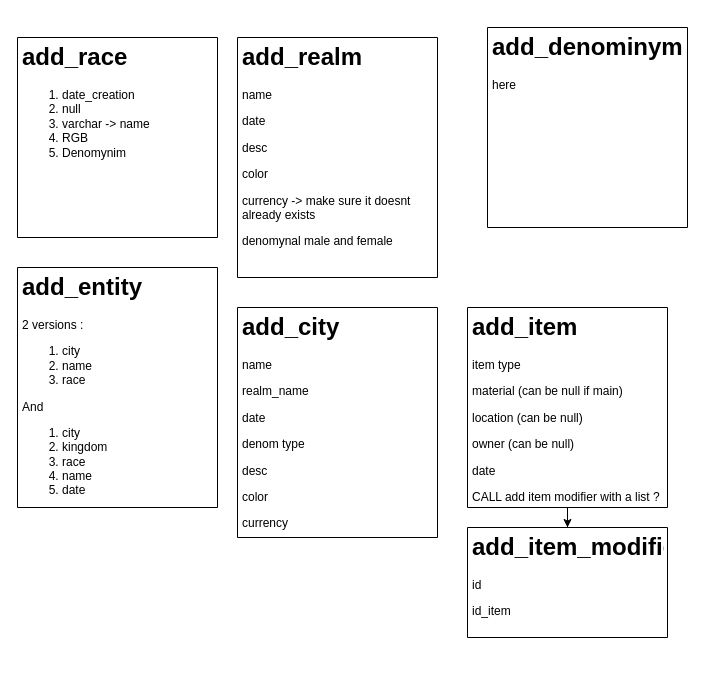
Before: page "Procedures" (3 of 3) of Conception/model_draft.drawio in WyllasSidjeno/SRPG-Database-Manager, a draw.io diagram. Source tidied: cells renumbered, new cells numbered last; positions are measured from the earlier drawing's top-left corner, leaving out a move shared by most shapes. Both pictures are drawn from the tidied source at 100%, with x=0, y=0 at pixel (17, 27).
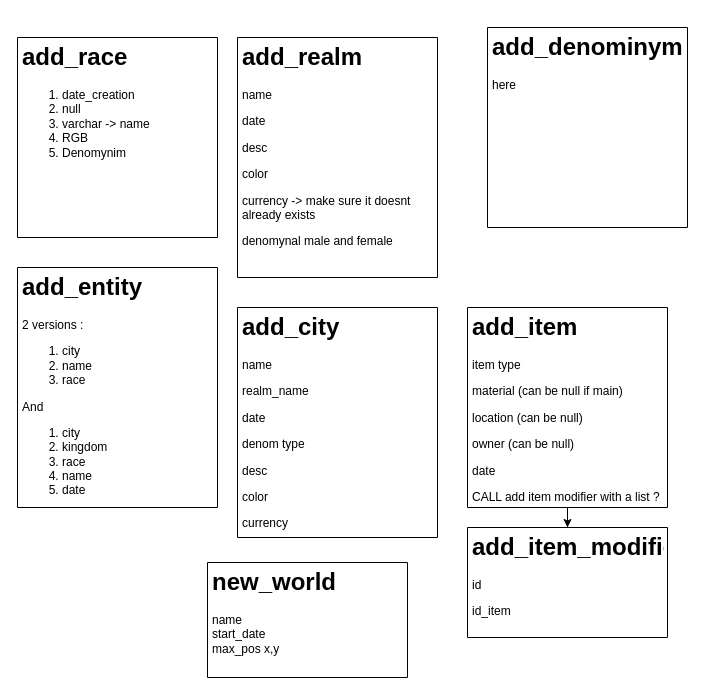
Above is the later version.

What changed in the source:
```diff
@@
 <mxGraphModel>
   <root>
     <mxCell id="0" />
     <mxCell id="1" parent="0" />
     <mxCell id="2" style="swimlane;startSize=0;" parent="1" vertex="1">
       <mxGeometry y="10" width="200" height="200" as="geometry" />
     </mxCell>
     <mxCell id="3" value="&lt;h1&gt;add_race&lt;/h1&gt;&lt;div&gt;&lt;ol&gt;&lt;li&gt;date_creation&lt;/li&gt;&lt;li&gt;null&lt;/li&gt;&lt;li&gt;varchar -&amp;gt; name&lt;/li&gt;&lt;li&gt;RGB&lt;/li&gt;&lt;li&gt;Denomynim&lt;/li&gt;&lt;/ol&gt;&lt;/div&gt;&lt;p&gt;&lt;/p&gt;" style="text;html=1;strokeColor=none;fillColor=none;spacing=5;spacingTop=-20;whiteSpace=wrap;overflow=hidden;rounded=0;" parent="2" vertex="1">
       <mxGeometry width="200" height="200" as="geometry" />
     </mxCell>
     <mxCell id="4" style="swimlane;startSize=0;" parent="1" vertex="1">
       <mxGeometry x="470" width="200" height="200" as="geometry" />
     </mxCell>
     <mxCell id="5" value="&lt;h1&gt;add_denominym&lt;/h1&gt;&lt;p&gt;here&lt;/p&gt;" style="text;html=1;strokeColor=none;fillColor=none;spacing=5;spacingTop=-20;whiteSpace=wrap;overflow=hidden;rounded=0;" parent="4" vertex="1">
       <mxGeometry width="200" height="200" as="geometry" />
     </mxCell>
     <mxCell id="6" style="swimlane;startSize=0;" parent="1" vertex="1">
       <mxGeometry y="240" width="200" height="240" as="geometry" />
     </mxCell>
     <mxCell id="7" value="&lt;h1&gt;add_entity&lt;/h1&gt;&lt;div&gt;2 versions :&lt;/div&gt;&lt;div&gt;&lt;ol&gt;&lt;li&gt;city&lt;/li&gt;&lt;li&gt;name&lt;/li&gt;&lt;li&gt;race&lt;/li&gt;&lt;/ol&gt;&lt;div&gt;And&lt;/div&gt;&lt;/div&gt;&lt;div&gt;&lt;ol&gt;&lt;li&gt;city&lt;/li&gt;&lt;li&gt;kingdom&lt;/li&gt;&lt;li&gt;race&lt;/li&gt;&lt;li&gt;name&lt;/li&gt;&lt;li&gt;date&lt;/li&gt;&lt;/ol&gt;&lt;/div&gt;" style="text;html=1;strokeColor=none;fillColor=none;spacing=5;spacingTop=-20;whiteSpace=wrap;overflow=hidden;rounded=0;" parent="6" vertex="1">
       <mxGeometry width="200" height="240" as="geometry" />
     </mxCell>
     <mxCell id="8" style="swimlane;startSize=0;" parent="1" vertex="1">
       <mxGeometry x="220" y="10" width="200" height="240" as="geometry" />
     </mxCell>
     <mxCell id="9" value="&lt;h1&gt;add_realm&lt;/h1&gt;&lt;p&gt;name&lt;/p&gt;&lt;p&gt;date&lt;/p&gt;&lt;p&gt;desc&lt;/p&gt;&lt;p&gt;color&lt;/p&gt;&lt;p&gt;currency -&amp;gt; make sure it doesnt already exists&lt;/p&gt;&lt;p&gt;denomynal male and female&lt;/p&gt;&lt;p&gt;&lt;br&gt;&lt;/p&gt;" style="text;html=1;strokeColor=none;fillColor=none;spacing=5;spacingTop=-20;whiteSpace=wrap;overflow=hidden;rounded=0;" parent="8" vertex="1">
       <mxGeometry width="200" height="240" as="geometry" />
     </mxCell>
     <mxCell id="10" style="swimlane;startSize=0;" parent="1" vertex="1">
       <mxGeometry x="220" y="280" width="200" height="230" as="geometry" />
     </mxCell>
     <mxCell id="11" value="&lt;h1&gt;add_city&lt;/h1&gt;&lt;p&gt;name&lt;/p&gt;&lt;p&gt;realm_name&lt;/p&gt;&lt;p&gt;date&lt;/p&gt;&lt;p&gt;denom type&lt;/p&gt;&lt;p&gt;desc&lt;/p&gt;&lt;p&gt;color&lt;/p&gt;&lt;p&gt;currency&lt;/p&gt;" style="text;html=1;strokeColor=none;fillColor=none;spacing=5;spacingTop=-20;whiteSpace=wrap;overflow=hidden;rounded=0;" parent="10" vertex="1">
       <mxGeometry width="200" height="230" as="geometry" />
     </mxCell>
     <mxCell id="12" style="swimlane;startSize=0;" parent="1" vertex="1">
       <mxGeometry x="450" y="280" width="200" height="200" as="geometry" />
     </mxCell>
     <mxCell id="13" value="&lt;h1&gt;add_item&lt;/h1&gt;&lt;p&gt;item type&lt;/p&gt;&lt;p&gt;material (can be null if main)&lt;/p&gt;&lt;p&gt;location (can be null)&lt;/p&gt;&lt;p&gt;owner (can be null)&lt;/p&gt;&lt;p&gt;date&lt;/p&gt;&lt;p&gt;CALL add item modifier with a list ?&lt;/p&gt;" style="text;html=1;strokeColor=none;fillColor=none;spacing=5;spacingTop=-20;whiteSpace=wrap;overflow=hidden;rounded=0;" parent="12" vertex="1">
       <mxGeometry width="200" height="200" as="geometry" />
     </mxCell>
     <mxCell id="14" style="swimlane;startSize=0;" parent="1" vertex="1">
       <mxGeometry x="450" y="500" width="200" height="110" as="geometry" />
     </mxCell>
     <mxCell id="15" value="&lt;h1&gt;add_item_modifier&lt;/h1&gt;&lt;p&gt;id&lt;/p&gt;&lt;p&gt;id_item&lt;/p&gt;" style="text;html=1;strokeColor=none;fillColor=none;spacing=5;spacingTop=-20;whiteSpace=wrap;overflow=hidden;rounded=0;" parent="14" vertex="1">
       <mxGeometry width="200" height="110" as="geometry" />
     </mxCell>
     <mxCell id="16" style="edgeStyle=orthogonalEdgeStyle;rounded=0;jettySize=auto;html=1;" parent="1" edge="1" source="13" target="15">
       <mxGeometry relative="1" as="geometry" />
     </mxCell>
+    <mxCell id="17" style="swimlane;startSize=0;" parent="1" vertex="1">
+      <mxGeometry x="190" y="535" width="200" height="115" as="geometry" />
+    </mxCell>
+    <mxCell id="18" value="&lt;h1&gt;new_world&lt;/h1&gt;&lt;div&gt;name&lt;/div&gt;&lt;div&gt;start_date&lt;/div&gt;&lt;div&gt;max_pos x,y&lt;/div&gt;" style="text;html=1;strokeColor=none;fillColor=none;spacing=5;spacingTop=-20;whiteSpace=wrap;overflow=hidden;rounded=0;" parent="17" vertex="1">
+      <mxGeometry width="200" height="110" as="geometry" />
+    </mxCell>
   </root>
 </mxGraphModel>
```
